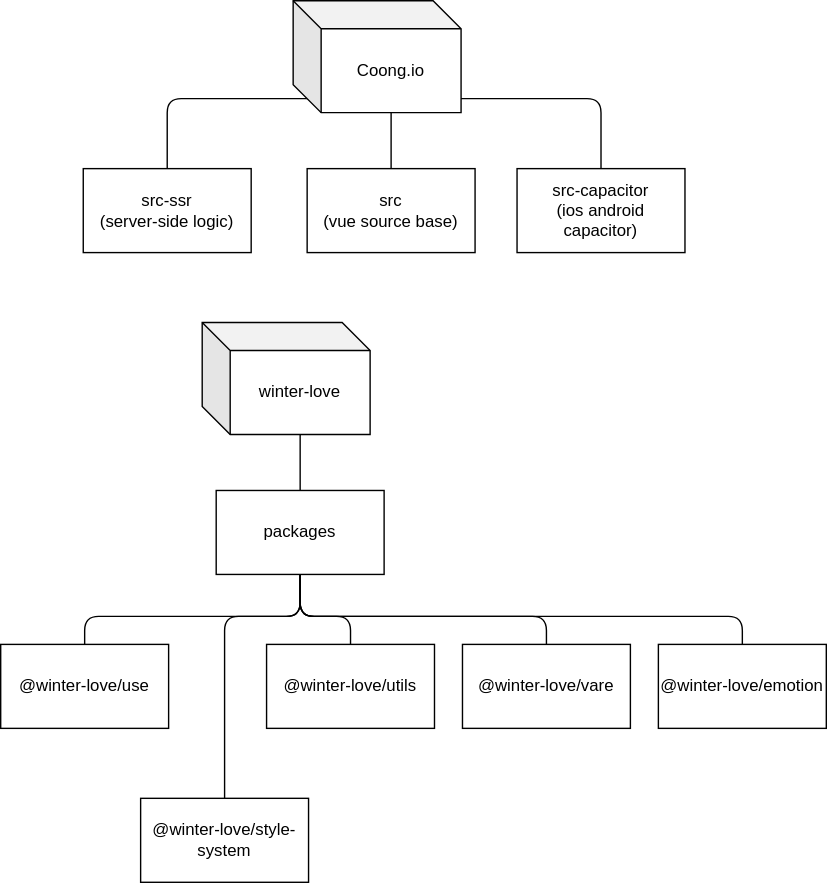
Before: media/packages.svg, a diagram exported from draw.io (bichikim/web). Source tidied: cells renumbered, new cells last; positions are measured from the earlier drawing's top-left corner, leaving out a move shared by most shapes.
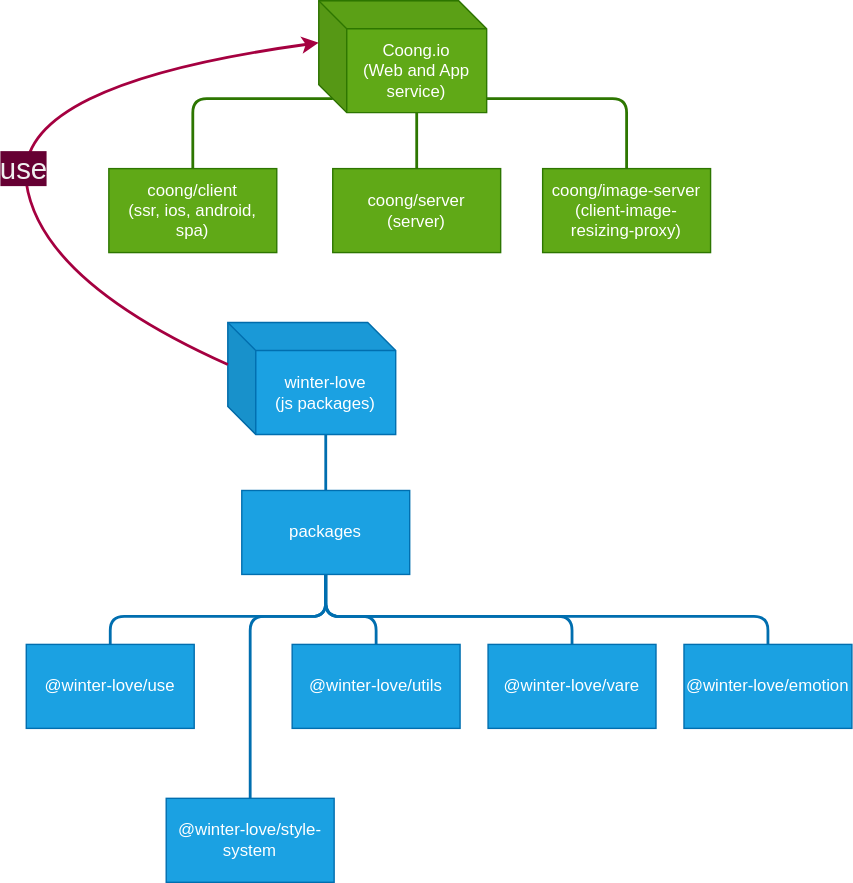
After the change.

What changed in the source:
```diff
@@ -2,26 +2,26 @@
   <root>
     <mxCell id="0" />
     <mxCell id="1" parent="0" />
-    <mxCell id="2" value="src&lt;br&gt;(vue source base)" style="rounded=0;whiteSpace=wrap;html=1;" parent="1" vertex="1">
+    <mxCell id="2" value="coong/server&lt;br&gt;(server)" style="rounded=0;whiteSpace=wrap;html=1;fillColor=#60a917;strokeColor=#2D7600;fontColor=#ffffff;" parent="1" vertex="1">
       <mxGeometry x="219" y="120" width="120" height="60" as="geometry" />
     </mxCell>
-    <mxCell id="3" value="src-capacitor&lt;br&gt;(ios android capacitor)" style="rounded=0;whiteSpace=wrap;html=1;" parent="1" vertex="1">
+    <mxCell id="3" value="coong/image-server&lt;br&gt;(client-image-resizing-proxy)" style="rounded=0;whiteSpace=wrap;html=1;fillColor=#60a917;strokeColor=#2D7600;fontColor=#ffffff;" parent="1" vertex="1">
       <mxGeometry x="369" y="120" width="120" height="60" as="geometry" />
     </mxCell>
-    <mxCell id="4" value="src-ssr&lt;br&gt;(server-side logic)" style="rounded=0;whiteSpace=wrap;html=1;" parent="1" vertex="1">
+    <mxCell id="4" value="coong/client&lt;br&gt;(ssr, ios, android, spa)" style="rounded=0;whiteSpace=wrap;html=1;fillColor=#60a917;strokeColor=#2D7600;fontColor=#ffffff;" parent="1" vertex="1">
       <mxGeometry x="59" y="120" width="120" height="60" as="geometry" />
     </mxCell>
-    <mxCell id="5" style="endArrow=none;html=1;entryX=0;entryY=0;entryDx=70;entryDy=80;entryPerimeter=0;exitX=0.5;exitY=0;exitDx=0;exitDy=0;" parent="1" edge="1" source="2" target="8">
+    <mxCell id="5" style="endArrow=none;html=1;entryX=0;entryY=0;entryDx=70;entryDy=80;entryPerimeter=0;exitX=0.5;exitY=0;exitDx=0;exitDy=0;fillColor=#60a917;strokeColor=#2D7600;strokeWidth=2;" parent="1" edge="1" source="2" target="8">
       <mxGeometry relative="1" as="geometry" />
     </mxCell>
-    <mxCell id="6" style="endArrow=none;html=1;entryX=0;entryY=0;entryDx=10;entryDy=70;entryPerimeter=0;exitX=0.5;exitY=0;exitDx=0;exitDy=0;" parent="1" edge="1" source="4" target="8">
+    <mxCell id="6" style="endArrow=none;html=1;entryX=0;entryY=0;entryDx=10;entryDy=70;entryPerimeter=0;exitX=0.5;exitY=0;exitDx=0;exitDy=0;fillColor=#60a917;strokeColor=#2D7600;strokeWidth=2;" parent="1" edge="1" source="4" target="8">
       <mxGeometry relative="1" as="geometry">
         <Array as="points">
           <mxPoint x="119" y="70" />
         </Array>
       </mxGeometry>
     </mxCell>
-    <mxCell id="7" style="endArrow=none;html=1;entryX=0.5;entryY=0;entryDx=0;entryDy=0;" parent="1" edge="1" target="3">
+    <mxCell id="7" style="endArrow=none;html=1;entryX=0.5;entryY=0;entryDx=0;entryDy=0;fillColor=#60a917;strokeColor=#2D7600;strokeWidth=2;" parent="1" edge="1" target="3">
       <mxGeometry relative="1" as="geometry">
         <mxPoint x="219" y="70" as="sourcePoint" />
         <Array as="points">
@@ -29,31 +29,31 @@
         </Array>
       </mxGeometry>
     </mxCell>
-    <mxCell id="8" value="Coong.io" style="shape=cube;whiteSpace=wrap;html=1;boundedLbl=1;backgroundOutline=1;darkOpacity=0.05;darkOpacity2=0.1;" parent="1" vertex="1">
+    <mxCell id="8" value="Coong.io&lt;br&gt;(Web and App service)" style="shape=cube;whiteSpace=wrap;html=1;boundedLbl=1;backgroundOutline=1;darkOpacity=0.05;darkOpacity2=0.1;fillColor=#60a917;strokeColor=#2D7600;fontColor=#ffffff;" parent="1" vertex="1">
       <mxGeometry x="209" width="120" height="80" as="geometry" />
     </mxCell>
-    <mxCell id="9" value="winter-love" style="shape=cube;whiteSpace=wrap;html=1;boundedLbl=1;backgroundOutline=1;darkOpacity=0.05;darkOpacity2=0.1;" parent="1" vertex="1">
+    <mxCell id="9" value="winter-love&lt;br&gt;(js packages)" style="shape=cube;whiteSpace=wrap;html=1;boundedLbl=1;backgroundOutline=1;darkOpacity=0.05;darkOpacity2=0.1;fillColor=#1ba1e2;strokeColor=#006EAF;fontColor=#ffffff;" parent="1" vertex="1">
       <mxGeometry x="144" y="230" width="120" height="80" as="geometry" />
     </mxCell>
-    <mxCell id="10" value="@winter-love/use" style="rounded=0;whiteSpace=wrap;html=1;" parent="1" vertex="1">
+    <mxCell id="10" value="@winter-love/use" style="rounded=0;whiteSpace=wrap;html=1;fillColor=#1ba1e2;strokeColor=#006EAF;fontColor=#ffffff;" parent="1" vertex="1">
       <mxGeometry y="460" width="120" height="60" as="geometry" />
     </mxCell>
-    <mxCell id="11" value="@winter-love/utils" style="rounded=0;whiteSpace=wrap;html=1;" parent="1" vertex="1">
+    <mxCell id="11" value="@winter-love/utils" style="rounded=0;whiteSpace=wrap;html=1;fillColor=#1ba1e2;strokeColor=#006EAF;fontColor=#ffffff;" parent="1" vertex="1">
       <mxGeometry x="190" y="460" width="120" height="60" as="geometry" />
     </mxCell>
-    <mxCell id="12" value="@winter-love/vare" style="rounded=0;whiteSpace=wrap;html=1;" parent="1" vertex="1">
+    <mxCell id="12" value="@winter-love/vare" style="rounded=0;whiteSpace=wrap;html=1;fillColor=#1ba1e2;strokeColor=#006EAF;fontColor=#ffffff;" parent="1" vertex="1">
       <mxGeometry x="330" y="460" width="120" height="60" as="geometry" />
     </mxCell>
-    <mxCell id="13" value="packages" style="rounded=0;whiteSpace=wrap;html=1;" parent="1" vertex="1">
+    <mxCell id="13" value="packages" style="rounded=0;whiteSpace=wrap;html=1;fillColor=#1ba1e2;strokeColor=#006EAF;fontColor=#ffffff;" parent="1" vertex="1">
       <mxGeometry x="154" y="350" width="120" height="60" as="geometry" />
     </mxCell>
-    <mxCell id="14" value="@winter-love/emotion" style="rounded=0;whiteSpace=wrap;html=1;" parent="1" vertex="1">
+    <mxCell id="14" value="@winter-love/emotion" style="rounded=0;whiteSpace=wrap;html=1;fillColor=#1ba1e2;strokeColor=#006EAF;fontColor=#ffffff;" parent="1" vertex="1">
       <mxGeometry x="470" y="460" width="120" height="60" as="geometry" />
     </mxCell>
-    <mxCell id="15" value="@winter-love/style-system" style="rounded=0;whiteSpace=wrap;html=1;" parent="1" vertex="1">
+    <mxCell id="15" value="@winter-love/style-system" style="rounded=0;whiteSpace=wrap;html=1;fillColor=#1ba1e2;strokeColor=#006EAF;fontColor=#ffffff;" parent="1" vertex="1">
       <mxGeometry x="100" y="570" width="120" height="60" as="geometry" />
     </mxCell>
-    <mxCell id="16" style="endArrow=none;html=1;exitX=0.5;exitY=0;exitDx=0;exitDy=0;entryX=0.5;entryY=1;entryDx=0;entryDy=0;" parent="1" edge="1" source="10" target="13">
+    <mxCell id="16" style="endArrow=none;html=1;exitX=0.5;exitY=0;exitDx=0;exitDy=0;entryX=0.5;entryY=1;entryDx=0;entryDy=0;fillColor=#1ba1e2;strokeColor=#006EAF;strokeWidth=2;" parent="1" edge="1" source="10" target="13">
       <mxGeometry relative="1" as="geometry">
         <Array as="points">
           <mxPoint x="60" y="440" />
@@ -61,7 +61,7 @@
         </Array>
       </mxGeometry>
     </mxCell>
-    <mxCell id="17" style="endArrow=none;html=1;entryX=0.5;entryY=1;entryDx=0;entryDy=0;exitX=0.5;exitY=0;exitDx=0;exitDy=0;" parent="1" edge="1" source="15" target="13">
+    <mxCell id="17" style="endArrow=none;html=1;entryX=0.5;entryY=1;entryDx=0;entryDy=0;exitX=0.5;exitY=0;exitDx=0;exitDy=0;fillColor=#1ba1e2;strokeColor=#006EAF;strokeWidth=2;" parent="1" edge="1" source="15" target="13">
       <mxGeometry relative="1" as="geometry">
         <Array as="points">
           <mxPoint x="160" y="440" />
@@ -69,7 +69,7 @@
         </Array>
       </mxGeometry>
     </mxCell>
-    <mxCell id="18" style="endArrow=none;html=1;exitX=0.5;exitY=1;exitDx=0;exitDy=0;entryX=0.5;entryY=0;entryDx=0;entryDy=0;" parent="1" edge="1" source="13" target="11">
+    <mxCell id="18" style="endArrow=none;html=1;exitX=0.5;exitY=1;exitDx=0;exitDy=0;entryX=0.5;entryY=0;entryDx=0;entryDy=0;fillColor=#1ba1e2;strokeColor=#006EAF;strokeWidth=2;" parent="1" edge="1" source="13" target="11">
       <mxGeometry relative="1" as="geometry">
         <Array as="points">
           <mxPoint x="214" y="440" />
@@ -77,7 +77,7 @@
         </Array>
       </mxGeometry>
     </mxCell>
-    <mxCell id="19" style="endArrow=none;html=1;exitX=0.5;exitY=1;exitDx=0;exitDy=0;entryX=0.5;entryY=0;entryDx=0;entryDy=0;" parent="1" edge="1" source="13" target="12">
+    <mxCell id="19" style="endArrow=none;html=1;exitX=0.5;exitY=1;exitDx=0;exitDy=0;entryX=0.5;entryY=0;entryDx=0;entryDy=0;strokeWidth=2;fillColor=#1ba1e2;strokeColor=#006EAF;" parent="1" edge="1" source="13" target="12">
       <mxGeometry relative="1" as="geometry">
         <Array as="points">
           <mxPoint x="214" y="440" />
@@ -85,7 +85,7 @@
         </Array>
       </mxGeometry>
     </mxCell>
-    <mxCell id="20" style="endArrow=none;html=1;exitX=0.5;exitY=1;exitDx=0;exitDy=0;entryX=0.5;entryY=0;entryDx=0;entryDy=0;" parent="1" edge="1" source="13" target="14">
+    <mxCell id="20" style="endArrow=none;html=1;exitX=0.5;exitY=1;exitDx=0;exitDy=0;entryX=0.5;entryY=0;entryDx=0;entryDy=0;fillColor=#1ba1e2;strokeColor=#006EAF;strokeWidth=2;" parent="1" edge="1" source="13" target="14">
       <mxGeometry relative="1" as="geometry">
         <Array as="points">
           <mxPoint x="214" y="440" />
@@ -93,8 +93,19 @@
         </Array>
       </mxGeometry>
     </mxCell>
-    <mxCell id="21" style="endArrow=none;html=1;exitX=0;exitY=0;exitDx=70;exitDy=80;exitPerimeter=0;entryX=0.5;entryY=0;entryDx=0;entryDy=0;" parent="1" edge="1" source="9" target="13">
+    <mxCell id="21" style="endArrow=none;html=1;exitX=0;exitY=0;exitDx=70;exitDy=80;exitPerimeter=0;entryX=0.5;entryY=0;entryDx=0;entryDy=0;fillColor=#1ba1e2;strokeColor=#006EAF;strokeWidth=2;" parent="1" edge="1" source="9" target="13">
       <mxGeometry relative="1" as="geometry" />
     </mxCell>
+    <mxCell id="22" style="curved=1;endArrow=classic;html=1;entryX=0;entryY=0;entryDx=0;entryDy=30;entryPerimeter=0;exitX=0;exitY=0;exitDx=0;exitDy=30;exitPerimeter=0;strokeWidth=2;fillColor=#d80073;strokeColor=#A50040;" parent="1" edge="1" source="9" target="8">
+      <mxGeometry relative="1" as="geometry">
+        <Array as="points">
+          <mxPoint x="10" y="200" />
+          <mxPoint x="-10" y="60" />
+        </Array>
+      </mxGeometry>
+    </mxCell>
+    <mxCell id="23" value="use" style="edgeLabel;html=1;align=center;verticalAlign=middle;fontSize=21;labelBackgroundColor=#660033;fontColor=#F0F0F0;" parent="22" vertex="1">
+      <mxGeometry x="-0.11" y="1" relative="1" as="geometry" />
+    </mxCell>
   </root>
 </mxGraphModel>
```
